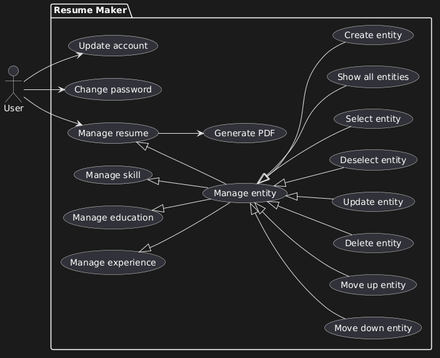
Above: Products/ResumeMaker/Images/UseCaseDiagram.png in jakubolejarczyk/Documentation (PlantUML), before the change.
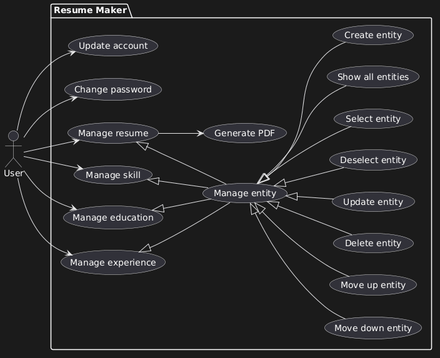
After the commit.

Commit message:
Join the actor with all use cases

Diff of the diagram source:
```diff
@@ -22,6 +22,9 @@
   usecase "Update account" as UpdateAccount
 }
 
+User --> ManageExperience
+User --> ManageEducation
+User --> ManageSkill
 User --> ManageResume
 User --> ChangePassword
 User --> UpdateAccount
```
